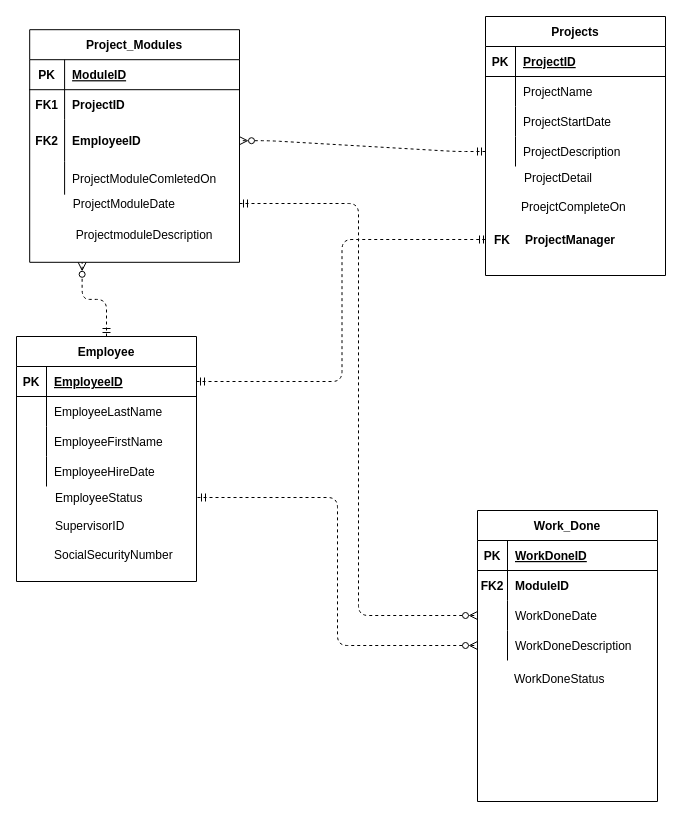
This is page "Page-3" (3 of 3) of Untitled Diagram.drawio from manman21/spring-mvc, a draw.io file, before an edit. Source tidied: cells renumbered, new cells numbered last; positions are measured from the earlier drawing's top-left corner, leaving out a move shared by most shapes. Both pictures are drawn from the tidied source at 100%, with x=0, y=0 at pixel (16, 16).
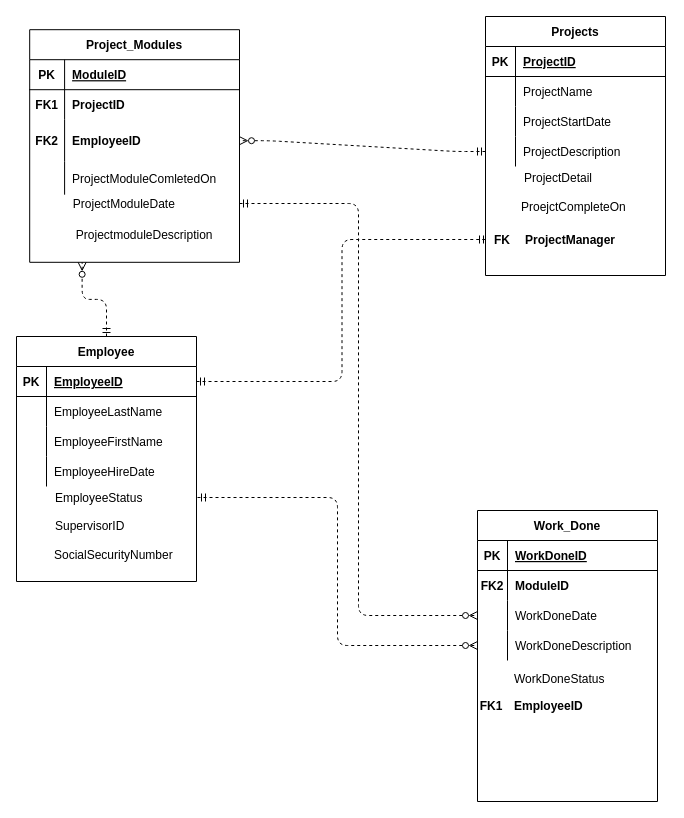
After the change.

The edit, as a diff of the source:
```diff
@@
+    <mxCell id="86" style="shape=partialRectangle;fillColor=none;top=0;left=0;bottom=0;right=0;fontStyle=1;" parent="1" vertex="1">
+      <mxGeometry x="460" y="674" width="180" height="30" as="geometry" />
+    </mxCell>
+    <mxCell id="87" value="FK1" style="shape=partialRectangle;fillColor=none;top=0;left=0;bottom=0;right=0;overflow=hidden;fontStyle=1;" parent="86" vertex="1">
+      <mxGeometry width="30" height="30" as="geometry" />
+    </mxCell>
+    <mxCell id="88" value="EmployeeID" style="shape=partialRectangle;fillColor=none;top=0;left=0;bottom=0;right=0;align=left;spacingLeft=6;overflow=hidden;fontStyle=1;" parent="86" vertex="1">
+      <mxGeometry x="30" width="150" height="30" as="geometry" />
+    </mxCell>
```
